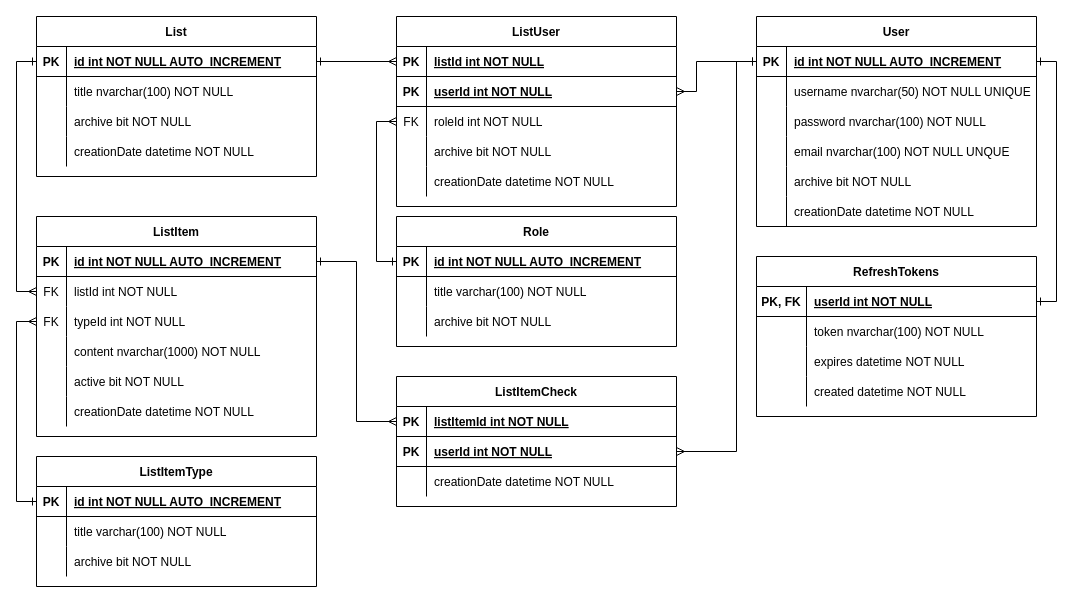
Before: docs/TodoERM.drawio in jwiedenmann/tin21-sem4-todo-list, a draw.io diagram. Source tidied: cells renumbered, new cells numbered last; positions are measured from the earlier drawing's top-left corner, leaving out a move shared by most shapes. Both pictures are drawn from the tidied source at 100%, with x=0, y=0 at pixel (36, 16).
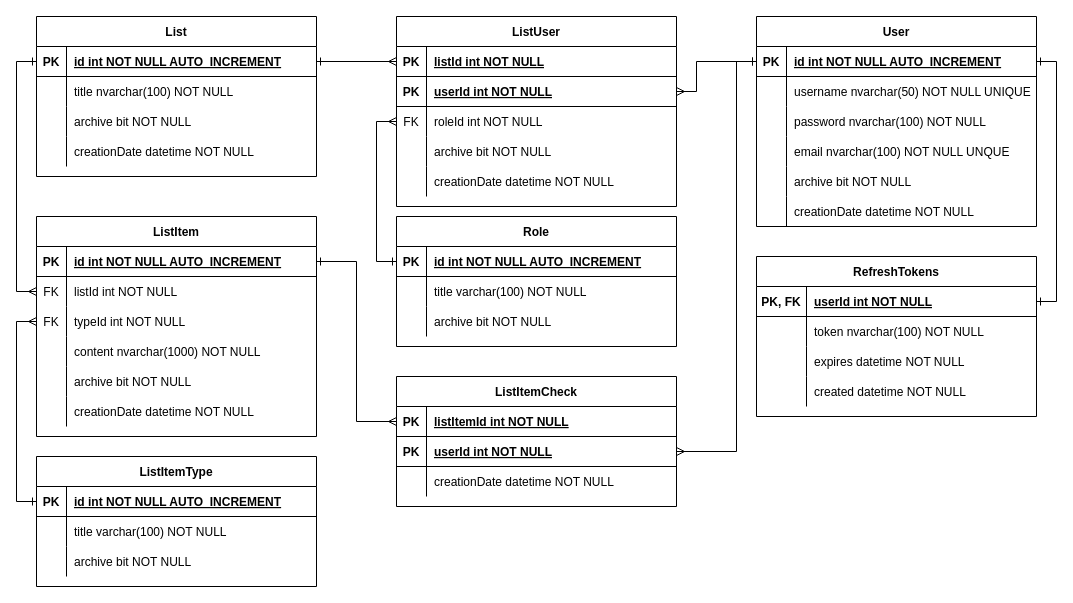
After the change.

The change refers to these unchanged cells:
```xml
<mxCell id="47" style="shape=partialRectangle;fillColor=none;top=0;left=0;right=0;bottom=0;" parent="34" vertex="1">
  <mxGeometry y="150" width="280" height="30" as="geometry" />
</mxCell>
```

The edit, as a diff of the source:
```diff
@@
-    <mxCell id="49" value="active bit NOT NULL" style="shape=partialRectangle;overflow=hidden;fillColor=none;top=0;left=0;bottom=0;right=0;align=left;spacingLeft=6;" parent="47" vertex="1">
+    <mxCell id="49" value="archive bit NOT NULL" style="shape=partialRectangle;overflow=hidden;fillColor=none;top=0;left=0;bottom=0;right=0;align=left;spacingLeft=6;" parent="47" vertex="1">
       <mxGeometry x="30" width="250" height="30" as="geometry" />
     </mxCell>
```
